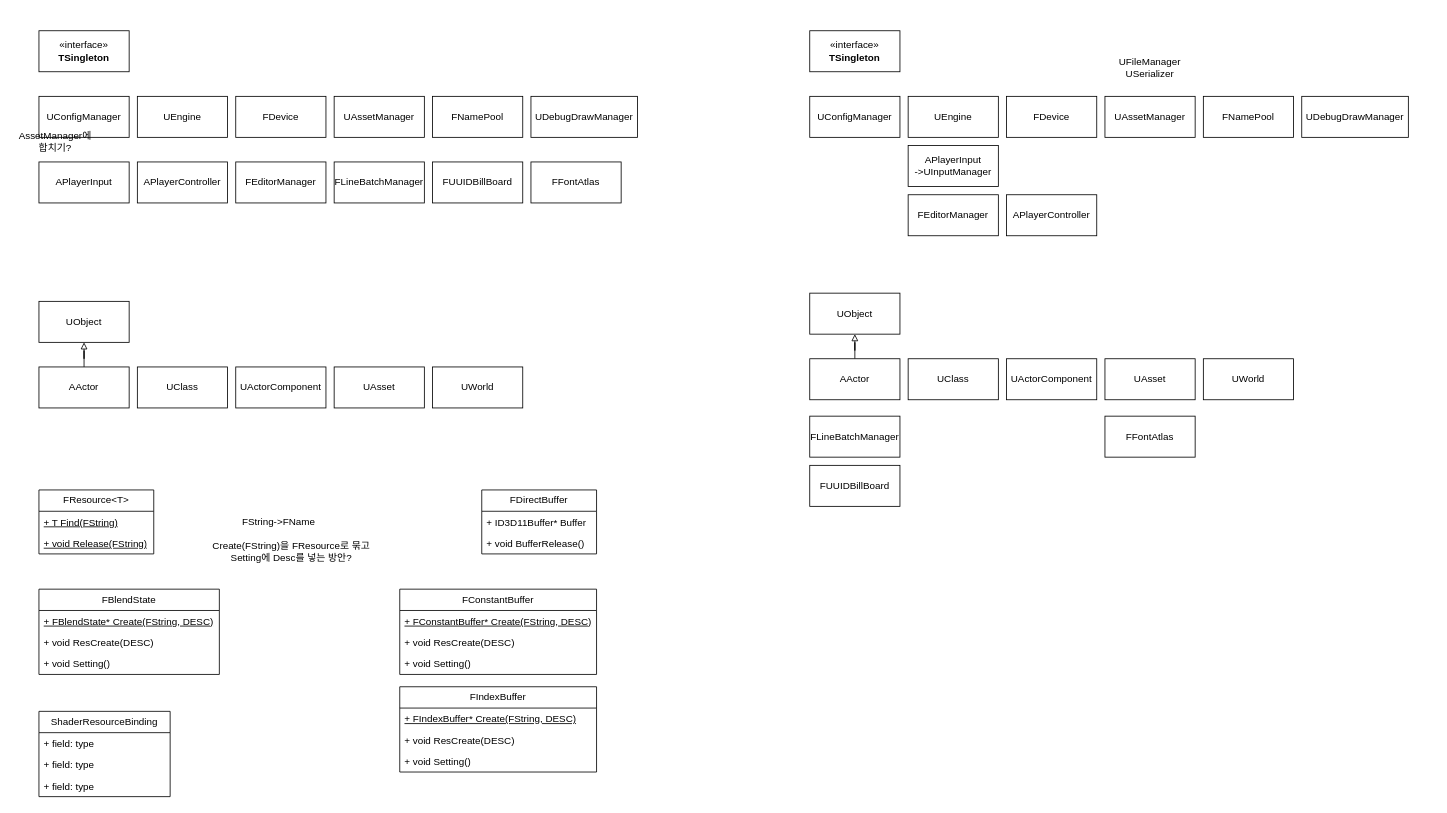
This is classDIagram.drawio from botteyu1/Week2-Engine, a draw.io file, before an edit. Source tidied: cells renumbered, new cells numbered last; positions are measured from the earlier drawing's top-left corner, leaving out a move shared by most shapes. Both pictures are drawn from the tidied source at 82%, with x=0, y=0 at pixel (14, 30).
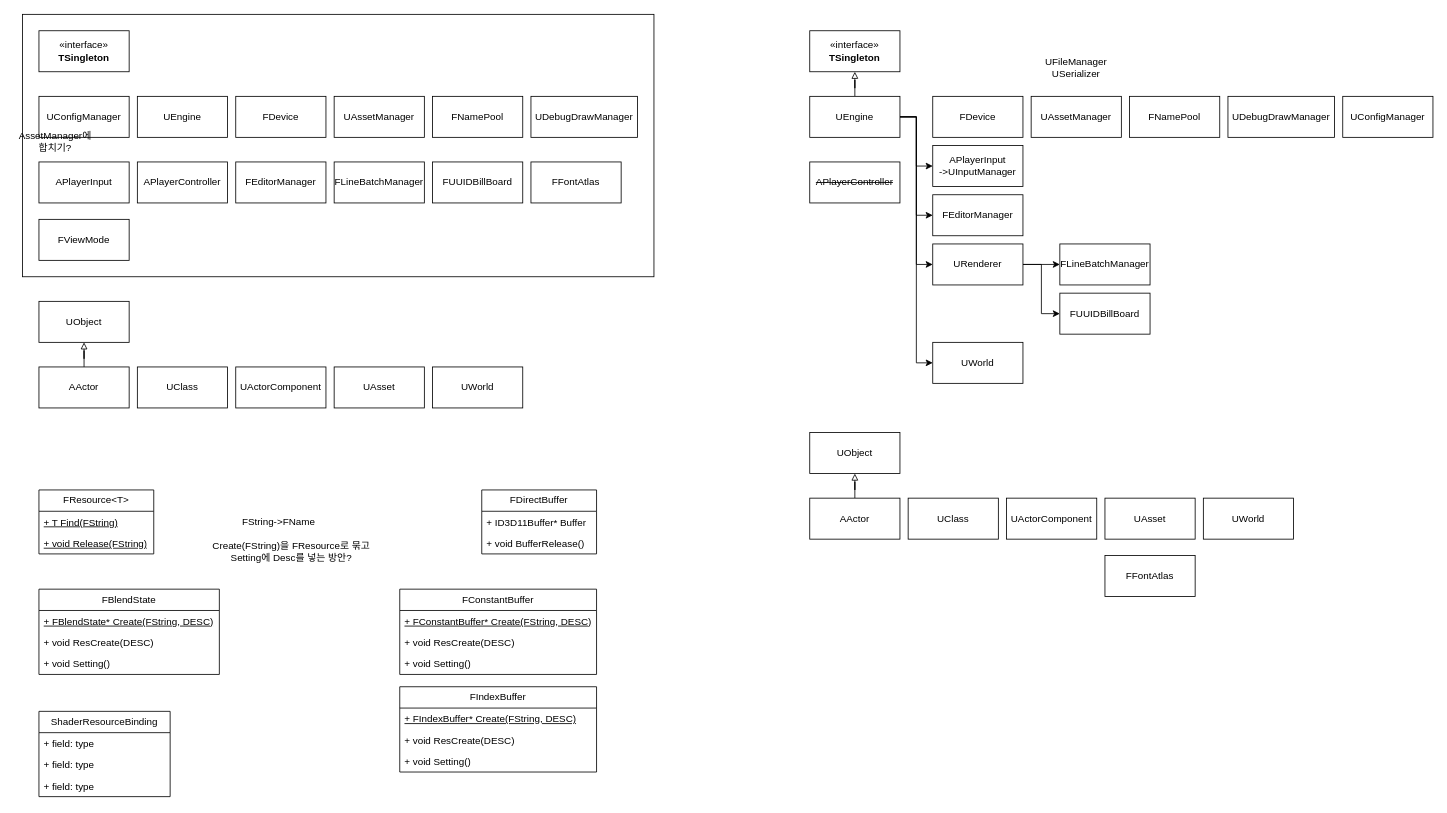
After the change.

Unchanged cells that the change refers to:
```xml
<mxCell id="43" value="«interface»&lt;br&gt;&lt;b&gt;TSingleton&lt;/b&gt;" style="html=1;whiteSpace=wrap;" parent="1" vertex="1">
  <mxGeometry x="970" width="110" height="50" as="geometry" />
</mxCell>
```

The edit, as a diff of the source:
```diff
@@
+    <mxCell id="68" style="rounded=0;whiteSpace=wrap;html=1;" parent="1" vertex="1">
+      <mxGeometry x="10" y="-20" width="770" height="320" as="geometry" />
+    </mxCell>
@@
     <mxCell id="42" value="UConfigManager" style="html=1;whiteSpace=wrap;" parent="1" vertex="1">
-      <mxGeometry x="970" y="80" width="110" height="50" as="geometry" />
+      <mxGeometry x="1620" y="80" width="110" height="50" as="geometry" />
     </mxCell>
@@
+    <mxCell id="69" style="edgeStyle=orthogonalEdgeStyle;rounded=0;jettySize=auto;html=1;entryX=0;entryY=0.5;entryDx=0;entryDy=0;" parent="1" edge="1" source="44" target="45">
+      <mxGeometry relative="1" as="geometry" />
+    </mxCell>
+    <mxCell id="70" style="edgeStyle=orthogonalEdgeStyle;rounded=0;jettySize=auto;html=1;entryX=0;entryY=0.5;entryDx=0;entryDy=0;" parent="1" edge="1" source="44" target="51">
+      <mxGeometry relative="1" as="geometry" />
+    </mxCell>
+    <mxCell id="71" style="edgeStyle=orthogonalEdgeStyle;rounded=0;jettySize=auto;html=1;entryX=0;entryY=0.5;entryDx=0;entryDy=0;" parent="1" edge="1" source="44" target="77">
+      <mxGeometry relative="1" as="geometry" />
+    </mxCell>
+    <mxCell id="72" style="edgeStyle=orthogonalEdgeStyle;rounded=0;jettySize=auto;html=1;entryX=0.5;entryY=1;entryDx=0;entryDy=0;endArrow=block;endFill=0;" parent="1" edge="1" source="44" target="43">
+      <mxGeometry relative="1" as="geometry" />
+    </mxCell>
+    <mxCell id="73" style="edgeStyle=orthogonalEdgeStyle;rounded=0;jettySize=auto;html=1;entryX=0;entryY=0.5;entryDx=0;entryDy=0;" parent="1" edge="1" source="44" target="78">
+      <mxGeometry relative="1" as="geometry" />
+    </mxCell>
     <mxCell id="44" value="UEngine" style="html=1;whiteSpace=wrap;" parent="1" vertex="1">
-      <mxGeometry x="1090" y="80" width="110" height="50" as="geometry" />
+      <mxGeometry x="970" y="80" width="110" height="50" as="geometry" />
     </mxCell>
     <mxCell id="45" value="APlayerInput&lt;div&gt;-&amp;gt;UInputManager&lt;/div&gt;" style="html=1;whiteSpace=wrap;" parent="1" vertex="1">
-      <mxGeometry x="1090" y="140" width="110" height="50" as="geometry" />
+      <mxGeometry x="1120" y="140" width="110" height="50" as="geometry" />
     </mxCell>
     <mxCell id="46" value="FDevice" style="html=1;whiteSpace=wrap;" parent="1" vertex="1">
-      <mxGeometry x="1210" y="80" width="110" height="50" as="geometry" />
+      <mxGeometry x="1120" y="80" width="110" height="50" as="geometry" />
     </mxCell>
     <mxCell id="47" value="FFontAtlas" style="html=1;whiteSpace=wrap;" parent="1" vertex="1">
-      <mxGeometry x="1330" y="470" width="110" height="50" as="geometry" />
+      <mxGeometry x="1330" y="640" width="110" height="50" as="geometry" />
     </mxCell>
     <mxCell id="48" value="FNamePool" style="html=1;whiteSpace=wrap;" parent="1" vertex="1">
-      <mxGeometry x="1450" y="80" width="110" height="50" as="geometry" />
+      <mxGeometry x="1360" y="80" width="110" height="50" as="geometry" />
     </mxCell>
     <mxCell id="49" value="UDebugDrawManager" style="html=1;whiteSpace=wrap;" parent="1" vertex="1">
-      <mxGeometry x="1570" y="80" width="130" height="50" as="geometry" />
+      <mxGeometry x="1480" y="80" width="130" height="50" as="geometry" />
     </mxCell>
     <mxCell id="50" value="UAssetManager" style="html=1;whiteSpace=wrap;" parent="1" vertex="1">
-      <mxGeometry x="1330" y="80" width="110" height="50" as="geometry" />
+      <mxGeometry x="1240" y="80" width="110" height="50" as="geometry" />
     </mxCell>
     <mxCell id="51" value="FEditorManager" style="html=1;whiteSpace=wrap;" parent="1" vertex="1">
-      <mxGeometry x="1090" y="200" width="110" height="50" as="geometry" />
+      <mxGeometry x="1120" y="200" width="110" height="50" as="geometry" />
     </mxCell>
     <mxCell id="52" value="FLineBatchMa&lt;span style=&quot;background-color: transparent; color: light-dark(rgb(0, 0, 0), rgb(255, 255, 255));&quot;&gt;nager&lt;/span&gt;" style="html=1;whiteSpace=wrap;" parent="1" vertex="1">
-      <mxGeometry x="970" y="470" width="110" height="50" as="geometry" />
+      <mxGeometry x="1275" y="260" width="110" height="50" as="geometry" />
     </mxCell>
     <mxCell id="53" value="FUUIDBillBoard" style="html=1;whiteSpace=wrap;" parent="1" vertex="1">
-      <mxGeometry x="970" y="530" width="110" height="50" as="geometry" />
+      <mxGeometry x="1275" y="320" width="110" height="50" as="geometry" />
     </mxCell>
     <mxCell id="54" value="UObject" style="html=1;whiteSpace=wrap;" parent="1" vertex="1">
-      <mxGeometry x="970" y="320" width="110" height="50" as="geometry" />
+      <mxGeometry x="970" y="490" width="110" height="50" as="geometry" />
     </mxCell>
@@
     <mxCell id="56" value="AActor" style="html=1;whiteSpace=wrap;" parent="1" vertex="1">
-      <mxGeometry x="970" y="400" width="110" height="50" as="geometry" />
+      <mxGeometry x="970" y="570" width="110" height="50" as="geometry" />
     </mxCell>
     <mxCell id="57" value="UClass" style="html=1;whiteSpace=wrap;" parent="1" vertex="1">
-      <mxGeometry x="1090" y="400" width="110" height="50" as="geometry" />
+      <mxGeometry x="1090" y="570" width="110" height="50" as="geometry" />
     </mxCell>
     <mxCell id="58" value="UActorComponent" style="html=1;whiteSpace=wrap;" parent="1" vertex="1">
-      <mxGeometry x="1210" y="400" width="110" height="50" as="geometry" />
+      <mxGeometry x="1210" y="570" width="110" height="50" as="geometry" />
     </mxCell>
     <mxCell id="59" value="UAsset" style="html=1;whiteSpace=wrap;" parent="1" vertex="1">
-      <mxGeometry x="1330" y="400" width="110" height="50" as="geometry" />
+      <mxGeometry x="1330" y="570" width="110" height="50" as="geometry" />
     </mxCell>
     <mxCell id="60" value="UWorld" style="html=1;whiteSpace=wrap;" parent="1" vertex="1">
-      <mxGeometry x="1450" y="400" width="110" height="50" as="geometry" />
+      <mxGeometry x="1450" y="570" width="110" height="50" as="geometry" />
     </mxCell>
     <mxCell id="61" value="UFileManager&lt;br&gt;USerializer" style="text;html=1;align=center;verticalAlign=middle;whiteSpace=wrap;rounded=0;" parent="1" vertex="1">
-      <mxGeometry x="1355" y="30" width="60" height="30" as="geometry" />
+      <mxGeometry x="1265" y="30" width="60" height="30" as="geometry" />
     </mxCell>
@@
+    <mxCell id="74" value="FViewMode" style="html=1;whiteSpace=wrap;" parent="1" vertex="1">
+      <mxGeometry x="30" y="230" width="110" height="50" as="geometry" />
+    </mxCell>
+    <mxCell id="75" style="edgeStyle=orthogonalEdgeStyle;rounded=0;jettySize=auto;html=1;entryX=0;entryY=0.5;entryDx=0;entryDy=0;" parent="1" edge="1" source="77" target="53">
+      <mxGeometry relative="1" as="geometry" />
+    </mxCell>
+    <mxCell id="76" style="edgeStyle=orthogonalEdgeStyle;rounded=0;jettySize=auto;html=1;exitX=1;exitY=0.5;exitDx=0;exitDy=0;entryX=0;entryY=0.5;entryDx=0;entryDy=0;" parent="1" edge="1" source="77" target="52">
+      <mxGeometry relative="1" as="geometry" />
+    </mxCell>
+    <mxCell id="77" value="URenderer" style="html=1;whiteSpace=wrap;" parent="1" vertex="1">
+      <mxGeometry x="1120" y="260" width="110" height="50" as="geometry" />
+    </mxCell>
+    <mxCell id="78" value="UWorld" style="html=1;whiteSpace=wrap;" parent="1" vertex="1">
+      <mxGeometry x="1120" y="380" width="110" height="50" as="geometry" />
+    </mxCell>
-    <mxCell id="67" value="APlayerController" style="html=1;whiteSpace=wrap;" parent="1" vertex="1">
-      <mxGeometry x="1210" y="200" width="110" height="50" as="geometry" />
+    <mxCell id="67" value="&lt;strike&gt;APlayerController&lt;/strike&gt;" style="html=1;whiteSpace=wrap;" parent="1" vertex="1">
+      <mxGeometry x="970" y="160" width="110" height="50" as="geometry" />
     </mxCell>
```
